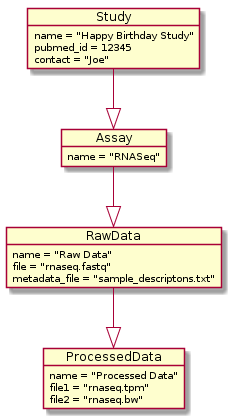
Above: project_planning/images/rnaseq_uml.png in jbrestel/org-docs (PlantUML), before the change. Source of this version:
```plantuml
@startuml
object Study {
        name = "Happy Birthday Study"
        pubmed_id = 12345
            contact = "Joe"
}
object Assay {
        name = "RNASeq"
}
object RawData {
        name = "Raw Data"
        file = "rnaseq.fastq"
	    metadata_file = "sample_descriptons.txt"
}
object ProcessedData {
        name = "Processed Data"
        file1 = "rnaseq.tpm"
        file2 = "rnaseq.bw"
}

Study --|> Assay
Assay --|> RawData
RawData --|> ProcessedData
@enduml
```
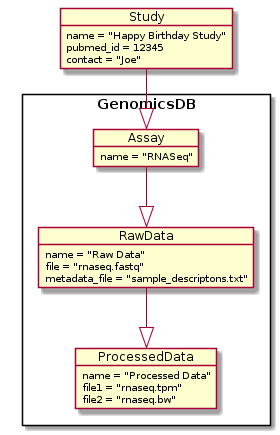
Above is the later version.

Diff of the diagram source:
```diff
@@ -1,24 +1,25 @@
 @startuml
-object Study {
-        name = "Happy Birthday Study"
-        pubmed_id = 12345
-            contact = "Joe"
+  object Study {
+          name = "Happy Birthday Study"
+          pubmed_id = 12345
+              contact = "Joe"
+  }
+rectangle GenomicsDB {
+  object Assay {
+          name = "RNASeq"
+  }
+  object RawData {
+          name = "Raw Data"
+          file = "rnaseq.fastq"
+              metadata_file = "sample_descriptons.txt"
+  }
+  object ProcessedData {
+          name = "Processed Data"
+          file1 = "rnaseq.tpm"
+          file2 = "rnaseq.bw"
+  }
 }
-object Assay {
-        name = "RNASeq"
-}
-object RawData {
-        name = "Raw Data"
-        file = "rnaseq.fastq"
-	    metadata_file = "sample_descriptons.txt"
-}
-object ProcessedData {
-        name = "Processed Data"
-        file1 = "rnaseq.tpm"
-        file2 = "rnaseq.bw"
-}
-
-Study --|> Assay
-Assay --|> RawData
-RawData --|> ProcessedData
+  Study --|> Assay
+  Assay --|> RawData
+  RawData --|> ProcessedData
 @enduml
```
